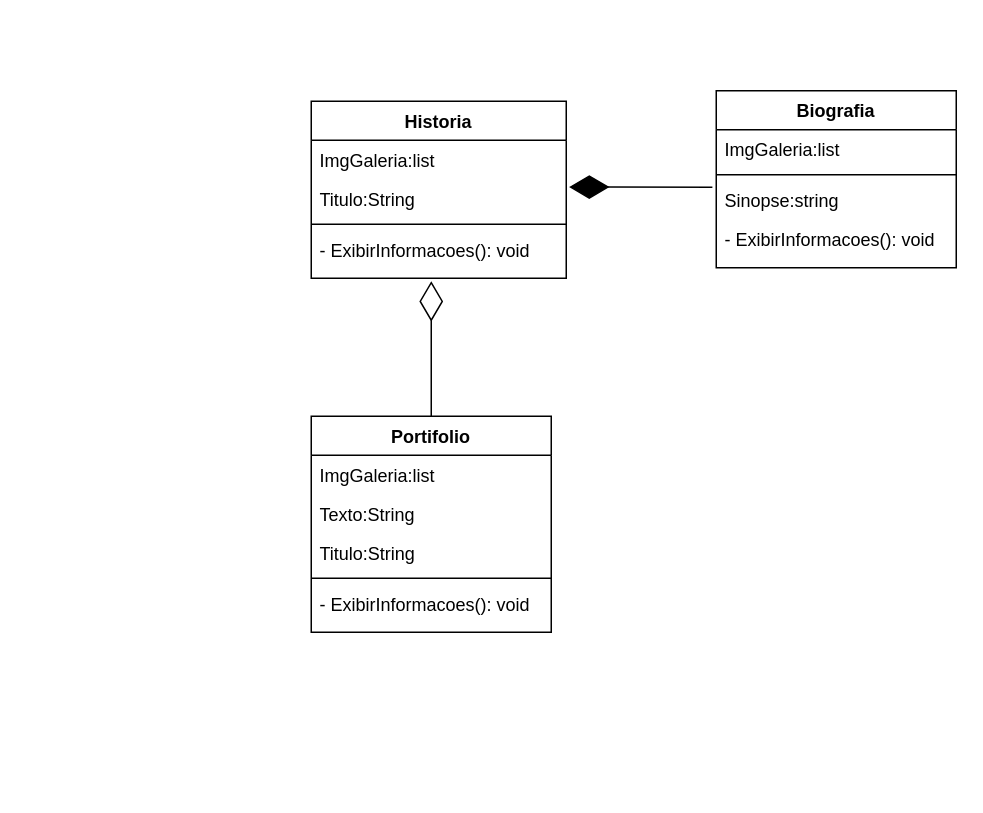
Above: Img/Jason-Chan_DC.drawio in RuanPSilva/Jason_Chan (draw.io), before the change. Source tidied: cells renumbered, new cells numbered last; positions are measured from the earlier drawing's top-left corner, leaving out a move shared by most shapes. Both pictures are drawn from the tidied source at 150%, with x=0, y=0 at pixel (310, 90).
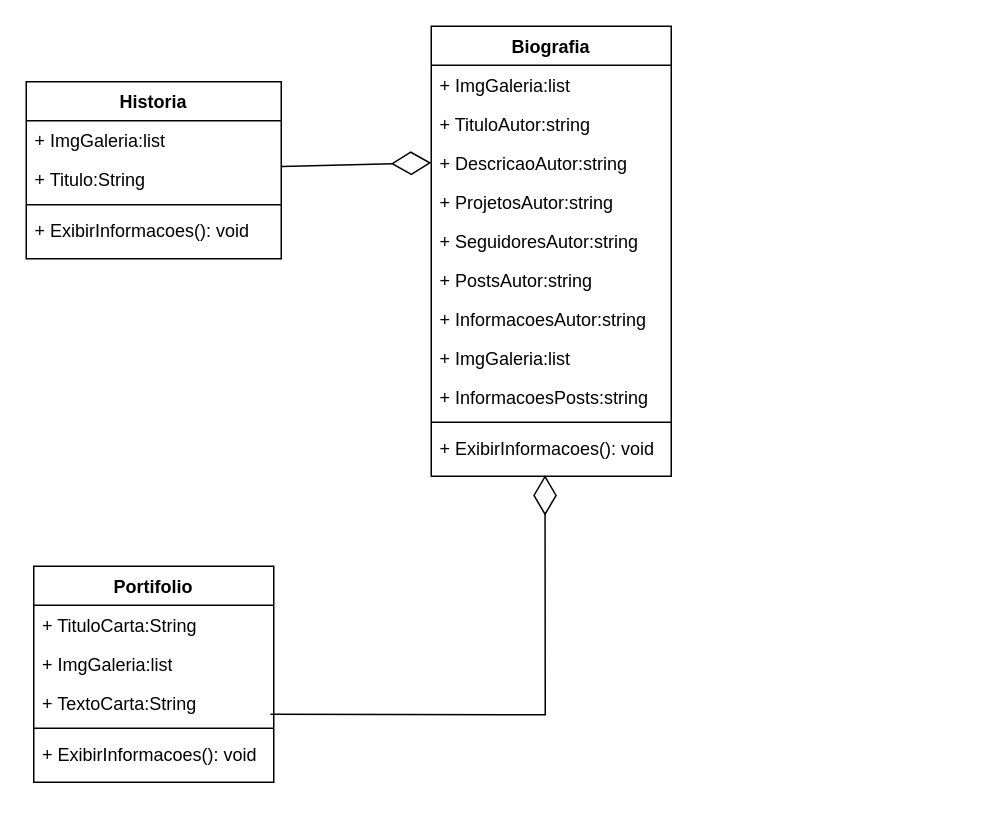
The same diagram, later.

Change to the diagram source:
```diff
@@
-    <mxCell id="2" style="endArrow=diamondThin;endFill=1;endSize=24;html=1;rounded=0;exitX=-0.016;exitY=0.166;exitDx=0;exitDy=0;exitPerimeter=0;entryX=1.011;entryY=0.2;entryDx=0;entryDy=0;entryPerimeter=0;" parent="1" edge="1" source="12" target="16">
+    <mxCell id="2" style="endArrow=diamondThin;endFill=0;endSize=24;html=1;rounded=0;entryX=0;entryY=0.5;entryDx=0;entryDy=0;exitX=1.002;exitY=0.173;exitDx=0;exitDy=0;exitPerimeter=0;" parent="1" edge="1" source="16" target="21">
       <mxGeometry relative="1" as="geometry" />
     </mxCell>
     <mxCell id="3" value="Portifolio" style="swimlane;fontStyle=1;align=center;verticalAlign=top;horizontal=1;startSize=26;whiteSpace=wrap;html=1;" parent="1" vertex="1">
-      <mxGeometry y="217" width="160" height="144" as="geometry" />
+      <mxGeometry x="-185" y="317" width="160" height="144" as="geometry" />
     </mxCell>
+    <mxCell id="6" value="+ TituloCarta:String" style="text;strokeColor=none;fillColor=none;align=left;verticalAlign=top;spacingLeft=4;spacingRight=4;overflow=hidden;whiteSpace=wrap;html=1;" parent="3" vertex="1">
+      <mxGeometry y="26" width="160" height="26" as="geometry" />
+    </mxCell>
-    <mxCell id="4" value="ImgGaleria:list" style="text;strokeColor=none;fillColor=none;align=left;verticalAlign=top;spacingLeft=4;spacingRight=4;overflow=hidden;whiteSpace=wrap;html=1;" parent="3" vertex="1">
-      <mxGeometry y="26" width="160" height="26" as="geometry" />
+    <mxCell id="4" value="+ ImgGaleria:list" style="text;strokeColor=none;fillColor=none;align=left;verticalAlign=top;spacingLeft=4;spacingRight=4;overflow=hidden;whiteSpace=wrap;html=1;" parent="3" vertex="1">
+      <mxGeometry y="52" width="160" height="26" as="geometry" />
     </mxCell>
-    <mxCell id="5" value="Texto:String" style="text;strokeColor=none;fillColor=none;align=left;verticalAlign=top;spacingLeft=4;spacingRight=4;overflow=hidden;points=[[0,0.5],[1,0.5]];portConstraint=eastwest;whiteSpace=wrap;html=1;" parent="3" vertex="1">
-      <mxGeometry y="52" width="160" height="26" as="geometry" />
+    <mxCell id="5" value="+ TextoCarta:String" style="text;strokeColor=none;fillColor=none;align=left;verticalAlign=top;spacingLeft=4;spacingRight=4;overflow=hidden;points=[[0,0.5],[1,0.5]];portConstraint=eastwest;whiteSpace=wrap;html=1;" parent="3" vertex="1">
+      <mxGeometry y="78" width="160" height="26" as="geometry" />
     </mxCell>
-    <mxCell id="6" value="Titulo:String" style="text;strokeColor=none;fillColor=none;align=left;verticalAlign=top;spacingLeft=4;spacingRight=4;overflow=hidden;whiteSpace=wrap;html=1;" parent="3" vertex="1">
-      <mxGeometry y="78" width="160" height="26" as="geometry" />
-    </mxCell>
@@
-    <mxCell id="8" value="- ExibirInformacoes(): void" style="text;strokeColor=none;fillColor=none;align=left;verticalAlign=top;spacingLeft=4;spacingRight=4;overflow=hidden;whiteSpace=wrap;html=1;" parent="3" vertex="1">
+    <mxCell id="8" value="+ ExibirInformacoes(): void" style="text;strokeColor=none;fillColor=none;align=left;verticalAlign=top;spacingLeft=4;spacingRight=4;overflow=hidden;whiteSpace=wrap;html=1;" parent="3" vertex="1">
       <mxGeometry y="112" width="160" height="32" as="geometry" />
     </mxCell>
     <mxCell id="9" value="Biografia" style="swimlane;fontStyle=1;align=center;verticalAlign=top;horizontal=1;startSize=26;whiteSpace=wrap;html=1;" parent="1" vertex="1">
-      <mxGeometry x="270" width="160" height="118" as="geometry" />
+      <mxGeometry x="80" y="-43" width="160" height="300" as="geometry" />
     </mxCell>
+    <mxCell id="20" value="+ ImgGaleria:list" style="text;strokeColor=none;fillColor=none;align=left;verticalAlign=top;spacingLeft=4;spacingRight=4;overflow=hidden;whiteSpace=wrap;html=1;" parent="9" vertex="1">
+      <mxGeometry y="26" width="160" height="26" as="geometry" />
+    </mxCell>
+    <mxCell id="12" value="+ TituloAutor:string" style="text;strokeColor=none;fillColor=none;align=left;verticalAlign=top;spacingLeft=4;spacingRight=4;overflow=hidden;points=[[0,0.5],[1,0.5]];portConstraint=eastwest;whiteSpace=wrap;html=1;" parent="9" vertex="1">
+      <mxGeometry y="52" width="160" height="26" as="geometry" />
+    </mxCell>
+    <mxCell id="21" value="+ DescricaoAutor:string" style="text;strokeColor=none;fillColor=none;align=left;verticalAlign=top;spacingLeft=4;spacingRight=4;overflow=hidden;points=[[0,0.5],[1,0.5]];portConstraint=eastwest;whiteSpace=wrap;html=1;" parent="9" vertex="1">
+      <mxGeometry y="78" width="160" height="26" as="geometry" />
+    </mxCell>
+    <mxCell id="22" value="+ ProjetosAutor:string" style="text;strokeColor=none;fillColor=none;align=left;verticalAlign=top;spacingLeft=4;spacingRight=4;overflow=hidden;whiteSpace=wrap;html=1;" parent="9" vertex="1">
+      <mxGeometry y="104" width="160" height="26" as="geometry" />
+    </mxCell>
+    <mxCell id="23" value="+ SeguidoresAutor:string" style="text;strokeColor=none;fillColor=none;align=left;verticalAlign=top;spacingLeft=4;spacingRight=4;overflow=hidden;whiteSpace=wrap;html=1;" parent="9" vertex="1">
+      <mxGeometry y="130" width="160" height="26" as="geometry" />
+    </mxCell>
+    <mxCell id="24" value="+ PostsAutor:string" style="text;strokeColor=none;fillColor=none;align=left;verticalAlign=top;spacingLeft=4;spacingRight=4;overflow=hidden;whiteSpace=wrap;html=1;" parent="9" vertex="1">
+      <mxGeometry y="156" width="160" height="26" as="geometry" />
+    </mxCell>
+    <mxCell id="25" value="+ InformacoesAutor:string" style="text;strokeColor=none;fillColor=none;align=left;verticalAlign=top;spacingLeft=4;spacingRight=4;overflow=hidden;whiteSpace=wrap;html=1;" parent="9" vertex="1">
+      <mxGeometry y="182" width="160" height="26" as="geometry" />
+    </mxCell>
-    <mxCell id="10" value="ImgGaleria:list" style="text;strokeColor=none;fillColor=none;align=left;verticalAlign=top;spacingLeft=4;spacingRight=4;overflow=hidden;whiteSpace=wrap;html=1;" parent="9" vertex="1">
-      <mxGeometry y="26" width="160" height="26" as="geometry" />
+    <mxCell id="10" value="+ ImgGaleria:list" style="text;strokeColor=none;fillColor=none;align=left;verticalAlign=top;spacingLeft=4;spacingRight=4;overflow=hidden;whiteSpace=wrap;html=1;" parent="9" vertex="1">
+      <mxGeometry y="208" width="160" height="26" as="geometry" />
     </mxCell>
+    <mxCell id="26" value="+ InformacoesPosts:string" style="text;strokeColor=none;fillColor=none;align=left;verticalAlign=top;spacingLeft=4;spacingRight=4;overflow=hidden;whiteSpace=wrap;html=1;" parent="9" vertex="1">
+      <mxGeometry y="234" width="160" height="26" as="geometry" />
+    </mxCell>
     <mxCell id="11" style="line;strokeWidth=1;fillColor=none;align=left;verticalAlign=middle;spacingTop=-1;spacingLeft=3;spacingRight=3;labelPosition=right;strokeColor=inherit;" parent="9" vertex="1">
-      <mxGeometry y="52" width="160" height="8" as="geometry" />
+      <mxGeometry y="260" width="160" height="8" as="geometry" />
     </mxCell>
-    <mxCell id="12" value="Sinopse:string" style="text;strokeColor=none;fillColor=none;align=left;verticalAlign=top;spacingLeft=4;spacingRight=4;overflow=hidden;points=[[0,0.5],[1,0.5]];portConstraint=eastwest;whiteSpace=wrap;html=1;" parent="9" vertex="1">
-      <mxGeometry y="60" width="160" height="26" as="geometry" />
-    </mxCell>
-    <mxCell id="13" value="- ExibirInformacoes(): void" style="text;strokeColor=none;fillColor=none;align=left;verticalAlign=top;spacingLeft=4;spacingRight=4;overflow=hidden;points=[[0,0.5],[1,0.5]];portConstraint=eastwest;whiteSpace=wrap;html=1;" parent="9" vertex="1">
-      <mxGeometry y="86" width="160" height="32" as="geometry" />
+    <mxCell id="13" value="+ ExibirInformacoes(): void" style="text;strokeColor=none;fillColor=none;align=left;verticalAlign=top;spacingLeft=4;spacingRight=4;overflow=hidden;points=[[0,0.5],[1,0.5]];portConstraint=eastwest;whiteSpace=wrap;html=1;" parent="9" vertex="1">
+      <mxGeometry y="268" width="160" height="32" as="geometry" />
     </mxCell>
     <mxCell id="14" value="Historia" style="swimlane;fontStyle=1;align=center;verticalAlign=top;horizontal=1;startSize=26;whiteSpace=wrap;html=1;" parent="1" vertex="1">
-      <mxGeometry y="7" width="170" height="118" as="geometry" />
+      <mxGeometry x="-190" y="-6" width="170" height="118" as="geometry" />
     </mxCell>
-    <mxCell id="15" value="ImgGaleria:list" style="text;strokeColor=none;fillColor=none;align=left;verticalAlign=top;spacingLeft=4;spacingRight=4;overflow=hidden;whiteSpace=wrap;html=1;" parent="14" vertex="1">
+    <mxCell id="15" value="+ ImgGaleria:list" style="text;strokeColor=none;fillColor=none;align=left;verticalAlign=top;spacingLeft=4;spacingRight=4;overflow=hidden;whiteSpace=wrap;html=1;" parent="14" vertex="1">
       <mxGeometry y="26" width="170" height="26" as="geometry" />
     </mxCell>
-    <mxCell id="16" value="Titulo:String" style="text;strokeColor=none;fillColor=none;align=left;verticalAlign=top;spacingLeft=4;spacingRight=4;overflow=hidden;points=[[0,0.5],[1,0.5]];portConstraint=eastwest;whiteSpace=wrap;html=1;" parent="14" vertex="1">
+    <mxCell id="16" value="+ Titulo:String" style="text;strokeColor=none;fillColor=none;align=left;verticalAlign=top;spacingLeft=4;spacingRight=4;overflow=hidden;points=[[0,0.5],[1,0.5]];portConstraint=eastwest;whiteSpace=wrap;html=1;" parent="14" vertex="1">
       <mxGeometry y="52" width="170" height="26" as="geometry" />
     </mxCell>
@@
-    <mxCell id="18" value="- ExibirInformacoes(): void" style="text;strokeColor=none;fillColor=none;align=left;verticalAlign=top;spacingLeft=4;spacingRight=4;overflow=hidden;whiteSpace=wrap;html=1;" parent="14" vertex="1">
+    <mxCell id="18" value="+ ExibirInformacoes(): void" style="text;strokeColor=none;fillColor=none;align=left;verticalAlign=top;spacingLeft=4;spacingRight=4;overflow=hidden;whiteSpace=wrap;html=1;" parent="14" vertex="1">
       <mxGeometry y="86" width="170" height="32" as="geometry" />
     </mxCell>
-    <mxCell id="19" style="endArrow=diamondThin;endFill=0;endSize=24;html=1;rounded=0;exitX=0.5;exitY=0;exitDx=0;exitDy=0;" parent="1" edge="1" source="3">
+    <mxCell id="19" style="endArrow=diamondThin;endFill=0;endSize=24;html=1;rounded=0;entryX=0.474;entryY=0.979;entryDx=0;entryDy=0;entryPerimeter=0;exitX=0.986;exitY=0.793;exitDx=0;exitDy=0;exitPerimeter=0;" parent="1" edge="1" source="5" target="13">
       <mxGeometry relative="1" as="geometry">
-        <mxPoint x="80" y="127" as="targetPoint" />
+        <Array as="points">
+          <mxPoint x="156" y="416" />
+        </Array>
       </mxGeometry>
     </mxCell>
```
